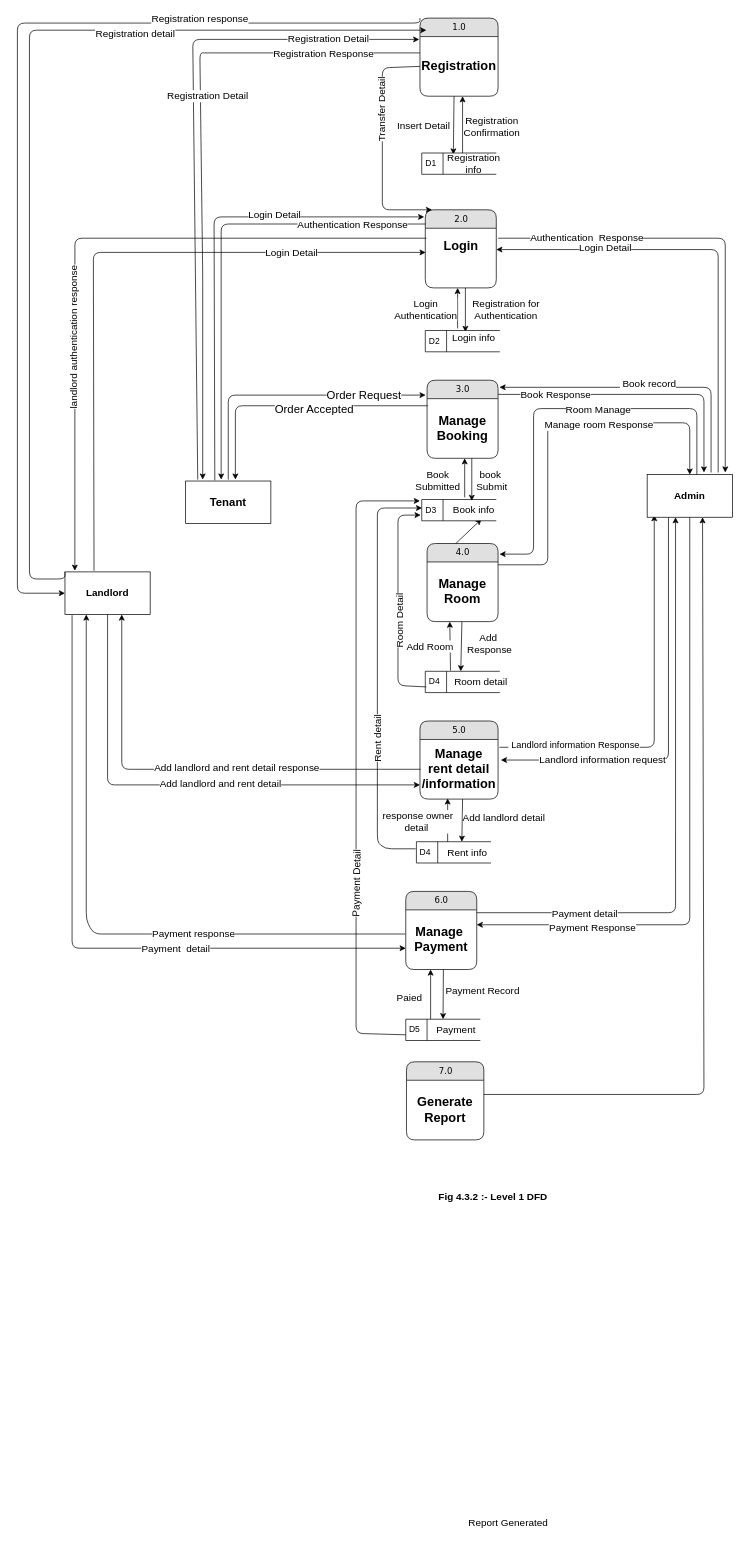
Before: page "Level 1 DFD" (1 of 5) of GharBeti(Diagrams).drawio in Sbdpratik/gharbeti, a draw.io diagram. Source tidied: cells renumbered, new cells numbered last; positions are measured from the earlier drawing's top-left corner, leaving out a move shared by most shapes. Both pictures are drawn from the tidied source at 71%, with x=0, y=0 at pixel (17, 18).
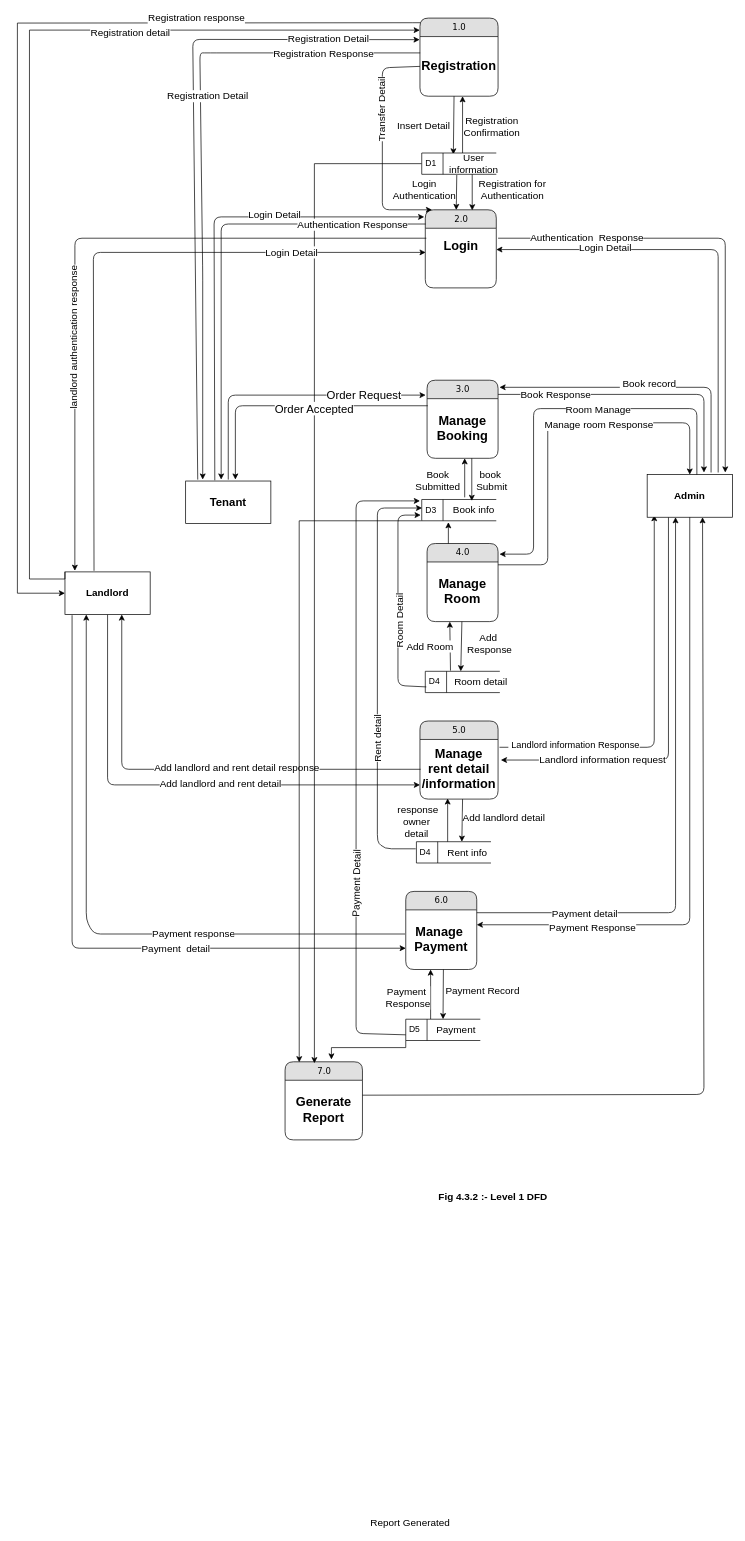
The same page after the edit.

Unchanged cells that the change refers to:
```xml
<mxCell id="3" value="1.0" style="swimlane;html=1;fontStyle=0;horizontal=1;startSize=26;fillColor=#e0e0e0;swimlaneFillColor=#ffffff;align=center;rounded=1;shadow=0;comic=0;labelBackgroundColor=none;strokeWidth=1;fontFamily=Verdana;fontSize=12;" parent="1" vertex="1">
  <mxGeometry x="567" width="110" height="110" as="geometry" />
</mxCell>
<mxCell id="4" value="&lt;b&gt;Registration&lt;br&gt;&lt;/b&gt;" style="text;html=1;strokeColor=none;fillColor=none;align=center;verticalAlign=middle;whiteSpace=wrap;rounded=0;fontSize=18;" parent="3" vertex="1">
  <mxGeometry y="26" width="110" height="84" as="geometry" />
</mxCell>
<mxCell id="7" value="2.0" style="swimlane;html=1;fontStyle=0;horizontal=1;startSize=26;fillColor=#e0e0e0;swimlaneFillColor=#ffffff;align=center;rounded=1;shadow=0;comic=0;labelBackgroundColor=none;strokeWidth=1;fontFamily=Verdana;fontSize=12;" parent="1" vertex="1">
  <mxGeometry x="574.5" y="270" width="100" height="110" as="geometry" />
</mxCell>
<mxCell id="25" value="&lt;b&gt;Generate&lt;br&gt;Report&lt;br&gt;&lt;/b&gt;" style="text;html=1;strokeColor=none;fillColor=none;align=center;verticalAlign=middle;whiteSpace=wrap;rounded=0;fontSize=18;" parent="24" vertex="1">
  <mxGeometry y="26" width="109" height="84" as="geometry" />
</mxCell>
<mxCell id="26" value="D1" style="html=1;dashed=0;whitespace=wrap;shape=mxgraph.dfd.dataStoreID;align=left;spacingLeft=3;points=[[0,0],[0.5,0],[1,0],[0,0.5],[1,0.5],[0,1],[0.5,1],[1,1]];" parent="1" vertex="1">
  <mxGeometry x="569.5" y="190" width="105" height="30" as="geometry" />
</mxCell>
<mxCell id="36" value="D3" style="html=1;dashed=0;whitespace=wrap;shape=mxgraph.dfd.dataStoreID;align=left;spacingLeft=3;points=[[0,0],[0.5,0],[1,0],[0,0.5],[1,0.5],[0,1],[0.5,1],[1,1]];" parent="1" vertex="1">
  <mxGeometry x="569.5" y="678" width="105" height="30" as="geometry" />
</mxCell>
<mxCell id="37" value="&lt;span style=&quot;font-size: 14px&quot;&gt;Book info&lt;/span&gt;" style="text;html=1;strokeColor=none;fillColor=none;align=center;verticalAlign=middle;whiteSpace=wrap;rounded=0;" parent="1" vertex="1">
  <mxGeometry x="593" y="683" width="100" height="20" as="geometry" />
</mxCell>
<mxCell id="50" style="endArrow=classic;html=1;entryX=0.355;entryY=1.024;entryDx=0;entryDy=0;entryPerimeter=0;" parent="1" edge="1">
  <mxGeometry relative="1" as="geometry">
    <mxPoint x="606" y="1160" as="sourcePoint" />
    <mxPoint x="606" y="1099" as="targetPoint" />
  </mxGeometry>
</mxCell>
<mxCell id="52" style="endArrow=classic;html=1;entryX=0.25;entryY=1;entryDx=0;entryDy=0;" parent="1" edge="1">
  <mxGeometry relative="1" as="geometry">
    <mxPoint x="582" y="1410" as="sourcePoint" />
    <mxPoint x="582" y="1340" as="targetPoint" />
  </mxGeometry>
</mxCell>
<mxCell id="60" value="D5" style="html=1;dashed=0;whitespace=wrap;shape=mxgraph.dfd.dataStoreID;align=left;spacingLeft=3;points=[[0,0],[0.5,0],[1,0],[0,0.5],[1,0.5],[0,1],[0.5,1],[1,1]];" parent="1" vertex="1">
  <mxGeometry x="547" y="1410" width="105" height="30" as="geometry" />
</mxCell>
<mxCell id="65" value="&lt;b&gt;&lt;font style=&quot;font-size: 14px&quot;&gt;Admin&lt;/font&gt;&lt;/b&gt;" style="rounded=0;whiteSpace=wrap;html=1;" parent="1" vertex="1">
  <mxGeometry x="887" y="643" width="120" height="60" as="geometry" />
</mxCell>
<mxCell id="103" value="&lt;font style=&quot;font-size: 14px&quot;&gt;&lt;b&gt;Landlord&lt;/b&gt;&lt;/font&gt;" style="rounded=0;whiteSpace=wrap;html=1;fontSize=14;" parent="1" vertex="1">
  <mxGeometry x="67" y="780" width="120" height="60" as="geometry" />
</mxCell>
```

What changed in the source:
```diff
@@
-    <mxCell id="2" style="endArrow=classic;startArrow=classic;html=1;fontSize=14;entryX=0.608;entryY=1.124;entryDx=0;entryDy=0;entryPerimeter=0;" parent="1" edge="1" target="37">
+    <mxCell id="2" style="endArrow=classic;startArrow=classic;html=1;fontSize=14;" parent="1" edge="1">
       <mxGeometry relative="1" as="geometry">
         <mxPoint x="607" y="750" as="sourcePoint" />
+        <mxPoint x="607" y="710" as="targetPoint" />
       </mxGeometry>
     </mxCell>
@@
     <mxCell id="24" value="7.0" style="swimlane;html=1;fontStyle=0;horizontal=1;startSize=26;fillColor=#e0e0e0;swimlaneFillColor=#ffffff;align=center;rounded=1;shadow=0;comic=0;labelBackgroundColor=none;strokeWidth=1;fontFamily=Verdana;fontSize=12;" parent="1" vertex="1">
-      <mxGeometry x="548" y="1470" width="109" height="110" as="geometry" />
+      <mxGeometry x="377" y="1470" width="109" height="110" as="geometry" />
     </mxCell>
@@
+    <mxCell id="117" style="edgeStyle=orthogonalEdgeStyle;rounded=0;jettySize=auto;html=1;exitX=0;exitY=0.5;exitDx=0;exitDy=0;entryX=0.379;entryY=0.018;entryDx=0;entryDy=0;entryPerimeter=0;startArrow=none;startFill=0;endArrow=classic;endFill=1;" parent="1" edge="1" source="26" target="24">
+      <mxGeometry relative="1" as="geometry" />
+    </mxCell>
@@
-    <mxCell id="27" value="&lt;font style=&quot;font-size: 14px&quot;&gt;Registration info&lt;/font&gt;" style="text;html=1;strokeColor=none;fillColor=none;align=center;verticalAlign=middle;whiteSpace=wrap;rounded=0;" parent="1" vertex="1">
+    <mxCell id="27" value="&lt;font style=&quot;font-size: 14px&quot;&gt;User information&lt;/font&gt;" style="text;html=1;strokeColor=none;fillColor=none;align=center;verticalAlign=middle;whiteSpace=wrap;rounded=0;" parent="1" vertex="1">
       <mxGeometry x="593" y="195" width="100" height="20" as="geometry" />
     </mxCell>
-    <mxCell id="28" style="endArrow=classic;html=1;exitX=0.1;exitY=-0.15;exitDx=0;exitDy=0;exitPerimeter=0;" parent="1" edge="1">
-      <mxGeometry relative="1" as="geometry">
-        <mxPoint x="620" y="437" as="sourcePoint" />
-        <mxPoint x="620" y="380" as="targetPoint" />
-      </mxGeometry>
+    <mxCell id="28" style="endArrow=none;html=1;exitX=0.436;exitY=0.002;exitDx=0;exitDy=0;exitPerimeter=0;entryX=0.47;entryY=1.033;entryDx=0;entryDy=0;entryPerimeter=0;startArrow=classic;startFill=1;endFill=0;" parent="1" edge="1" source="7" target="26">
+      <mxGeometry relative="1" as="geometry" />
     </mxCell>
     <mxCell id="29" value="&lt;span style=&quot;font-size: 14px&quot;&gt;Login &lt;br&gt;Authentication&lt;/span&gt;" style="edgeLabel;html=1;align=center;verticalAlign=middle;" parent="28" vertex="1">
       <mxGeometry x="0.43" y="-4" relative="1" as="geometry">
-        <mxPoint x="-49.5" y="13" as="offset" />
+        <mxPoint x="-50" y="5" as="offset" />
       </mxGeometry>
     </mxCell>
-    <mxCell id="30" style="endArrow=classic;html=1;entryX=0.38;entryY=0.1;entryDx=0;entryDy=0;entryPerimeter=0;" parent="1" edge="1" target="35">
-      <mxGeometry relative="1" as="geometry">
-        <mxPoint x="631" y="380" as="sourcePoint" />
-      </mxGeometry>
+    <mxCell id="30" style="endArrow=classic;html=1;entryX=0.661;entryY=0.007;entryDx=0;entryDy=0;entryPerimeter=0;exitX=0.677;exitY=1;exitDx=0;exitDy=0;exitPerimeter=0;" parent="1" edge="1" source="26" target="7">
+      <mxGeometry relative="1" as="geometry" />
     </mxCell>
@@
-    <mxCell id="34" value="D2" style="html=1;dashed=0;whitespace=wrap;shape=mxgraph.dfd.dataStoreID;align=left;spacingLeft=3;" parent="1" vertex="1">
-      <mxGeometry x="574.5" y="440" width="105" height="30" as="geometry" />
-    </mxCell>
-    <mxCell id="35" value="&lt;font style=&quot;font-size: 14px&quot;&gt;Login info&lt;/font&gt;" style="text;html=1;strokeColor=none;fillColor=none;align=center;verticalAlign=middle;whiteSpace=wrap;rounded=0;" parent="1" vertex="1">
-      <mxGeometry x="593" y="440" width="100" height="20" as="geometry" />
-    </mxCell>
+    <mxCell id="118" style="edgeStyle=orthogonalEdgeStyle;rounded=0;jettySize=auto;html=1;exitX=0;exitY=1;exitDx=0;exitDy=0;entryX=0.183;entryY=0.006;entryDx=0;entryDy=0;entryPerimeter=0;startArrow=none;startFill=0;endArrow=classic;endFill=1;" parent="1" edge="1" source="36" target="24">
+      <mxGeometry relative="1" as="geometry">
+        <Array as="points">
+          <mxPoint x="397" y="708" />
+        </Array>
+      </mxGeometry>
+    </mxCell>
@@
-    <mxCell id="51" value="&lt;font style=&quot;font-size: 14px&quot;&gt;&amp;nbsp;response owner&lt;br&gt;detail&lt;br&gt;&lt;/font&gt;" style="edgeLabel;html=1;align=center;verticalAlign=middle;fontSize=14;" parent="50" vertex="1">
+    <mxCell id="51" value="&lt;font style=&quot;font-size: 14px&quot;&gt;&amp;nbsp;response &lt;br&gt;owner&lt;br&gt;detail&lt;br&gt;&lt;/font&gt;" style="edgeLabel;html=1;align=center;verticalAlign=middle;fontSize=14;" parent="50" vertex="1">
       <mxGeometry x="-0.56" y="-1" relative="1" as="geometry">
         <mxPoint x="-46" y="-16" as="offset" />
       </mxGeometry>
     </mxCell>
@@
-    <mxCell id="53" value="&lt;span style=&quot;font-size: 14px&quot;&gt;Paied&lt;/span&gt;" style="edgeLabel;html=1;align=center;verticalAlign=middle;" parent="52" vertex="1">
+    <mxCell id="53" value="&lt;span style=&quot;font-size: 14px;&quot;&gt;Payment&lt;br&gt;&amp;nbsp;Response&lt;br&gt;&lt;/span&gt;" style="edgeLabel;html=1;align=center;verticalAlign=middle;" parent="52" vertex="1">
       <mxGeometry x="-0.62" y="1" relative="1" as="geometry">
-        <mxPoint x="-30" y="-18" as="offset" />
+        <mxPoint x="-34" y="-18" as="offset" />
       </mxGeometry>
     </mxCell>
@@
+    <mxCell id="119" style="edgeStyle=orthogonalEdgeStyle;rounded=0;jettySize=auto;html=1;exitX=0;exitY=1;exitDx=0;exitDy=0;entryX=0.599;entryY=-0.03;entryDx=0;entryDy=0;entryPerimeter=0;startArrow=none;startFill=0;endArrow=classic;endFill=1;" parent="1" edge="1" source="60" target="24">
+      <mxGeometry relative="1" as="geometry">
+        <Array as="points">
+          <mxPoint x="547" y="1450" />
+          <mxPoint x="442" y="1450" />
+        </Array>
+      </mxGeometry>
+    </mxCell>
@@
-    <mxCell id="66" style="endArrow=classic;html=1;" parent="1" edge="1">
+    <mxCell id="66" style="endArrow=classic;html=1;entryX=-0.004;entryY=0.052;entryDx=0;entryDy=0;entryPerimeter=0;" parent="1" edge="1" target="4">
       <mxGeometry relative="1" as="geometry">
         <mxPoint x="254" y="650" as="sourcePoint" />
-        <mxPoint x="566" y="30" as="targetPoint" />
         <Array as="points">
           <mxPoint x="247" y="30" />
         </Array>
       </mxGeometry>
     </mxCell>
@@
-    <mxCell id="74" style="endArrow=classic;html=1;" parent="1" edge="1">
+    <mxCell id="74" style="endArrow=classic;html=1;exitX=0.003;exitY=0.274;exitDx=0;exitDy=0;exitPerimeter=0;" parent="1" edge="1" source="4">
       <mxGeometry relative="1" as="geometry">
-        <mxPoint x="567" y="49" as="sourcePoint" />
         <mxPoint x="261" y="650" as="targetPoint" />
         <Array as="points">
           <mxPoint x="271" y="49" />
           <mxPoint x="257" y="49" />
           <mxPoint x="261" y="359" />
         </Array>
       </mxGeometry>
     </mxCell>
@@
-    <mxCell id="98" style="endArrow=classic;html=1;entryX=0.65;entryY=1;entryDx=0;entryDy=0;exitX=0.65;exitY=1;exitDx=0;exitDy=0;exitPerimeter=0;entryPerimeter=0;" parent="1" edge="1" target="65">
+    <mxCell id="98" style="endArrow=classic;html=1;entryX=0.65;entryY=1;entryDx=0;entryDy=0;exitX=1;exitY=0.25;exitDx=0;exitDy=0;entryPerimeter=0;" parent="1" edge="1" source="25" target="65">
       <mxGeometry relative="1" as="geometry">
-        <mxPoint x="657" y="1516" as="sourcePoint" />
         <Array as="points">
           <mxPoint x="967" y="1516" />
         </Array>
       </mxGeometry>
     </mxCell>
@@
-    <mxCell id="104" style="endArrow=classic;html=1;fontSize=14;edgeStyle=orthogonalEdgeStyle;exitX=0;exitY=0;exitDx=0;exitDy=0;entryX=0;entryY=0.5;entryDx=0;entryDy=0;" parent="1" edge="1" source="3" target="103">
+    <mxCell id="104" style="endArrow=classic;html=1;fontSize=14;edgeStyle=orthogonalEdgeStyle;exitX=0.008;exitY=0.059;exitDx=0;exitDy=0;entryX=0;entryY=0.5;entryDx=0;entryDy=0;rounded=0;exitPerimeter=0;" parent="1" edge="1" source="3" target="103">
       <mxGeometry relative="1" as="geometry">
         <Array as="points">
-          <mxPoint x="567" y="7" />
+          <mxPoint x="557" y="7" />
           <mxPoint y="7" />
           <mxPoint y="810" />
         </Array>
       </mxGeometry>
     </mxCell>
@@
-    <mxCell id="108" style="endArrow=classic;html=1;fontSize=14;edgeStyle=orthogonalEdgeStyle;exitX=0;exitY=0;exitDx=0;exitDy=0;" parent="1" edge="1" source="103">
+    <mxCell id="108" style="endArrow=classic;html=1;fontSize=14;edgeStyle=orthogonalEdgeStyle;exitX=0;exitY=0;exitDx=0;exitDy=0;rounded=0;entryX=-0.002;entryY=0.154;entryDx=0;entryDy=0;entryPerimeter=0;" parent="1" edge="1" source="103" target="3">
       <mxGeometry relative="1" as="geometry">
-        <mxPoint x="576" y="17" as="targetPoint" />
         <Array as="points">
           <mxPoint x="67" y="790" />
           <mxPoint x="17" y="790" />
           <mxPoint x="17" y="17" />
         </Array>
       </mxGeometry>
     </mxCell>
```
